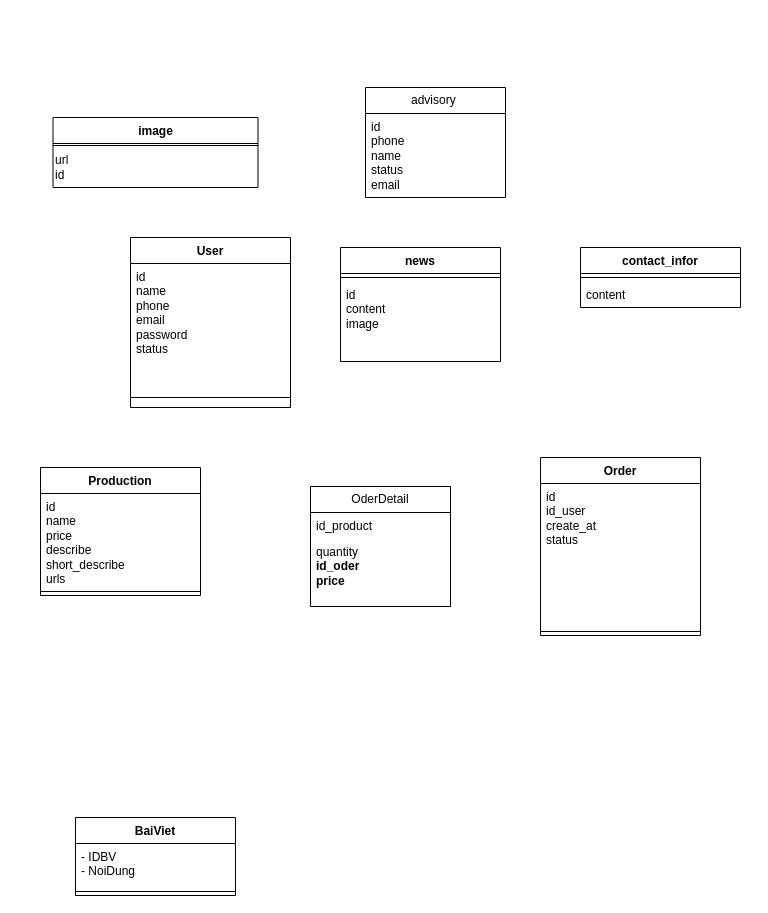
Before: lop du kien.drawio in leehoang21/uml, a draw.io diagram. Source tidied: cells renumbered, new cells numbered last; positions are measured from the earlier drawing's top-left corner, leaving out a move shared by most shapes. Both pictures are drawn from the tidied source at 100%, with x=0, y=0 at pixel (40, 87).
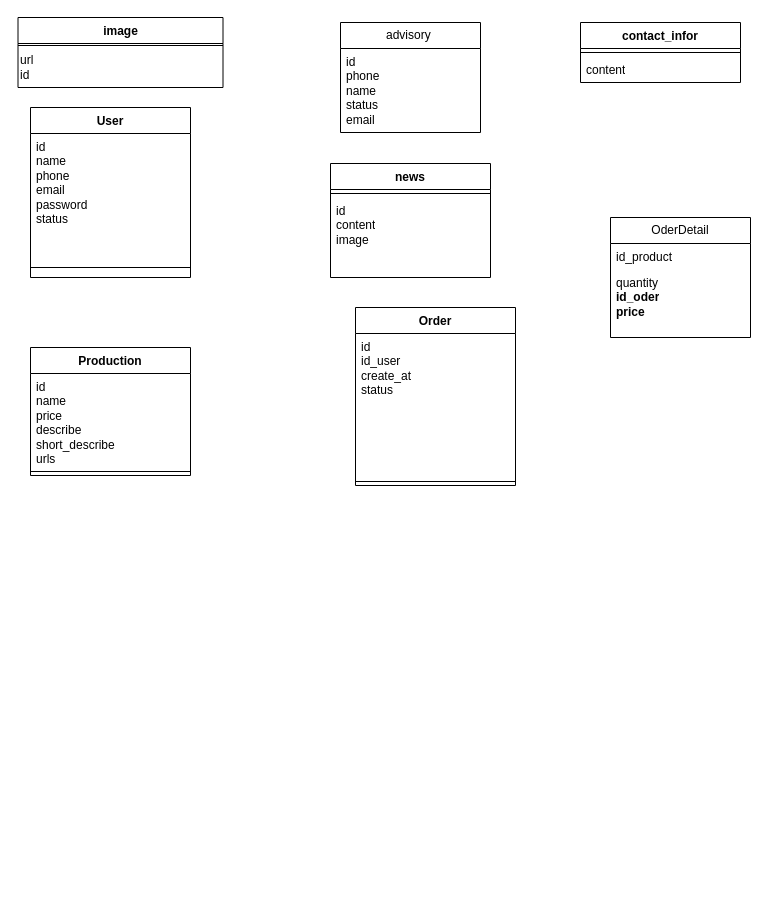
The same diagram, later.

What changed in the source:
```diff
@@
     <mxCell id="2" value="image" style="swimlane;fontStyle=1;align=center;verticalAlign=top;horizontal=1;startSize=26;whiteSpace=wrap;html=1;" parent="1" vertex="1">
-      <mxGeometry x="12.5" y="30" width="205" height="70" as="geometry" />
+      <mxGeometry x="-22.5" y="-70" width="205" height="70" as="geometry" />
     </mxCell>
@@
     <mxCell id="5" value="contact_infor" style="swimlane;fontStyle=1;align=center;verticalAlign=top;horizontal=1;startSize=26;whiteSpace=wrap;html=1;" parent="1" vertex="1">
-      <mxGeometry x="540" y="160" width="160" height="60" as="geometry" />
+      <mxGeometry x="540" y="-65" width="160" height="60" as="geometry" />
     </mxCell>
@@
     <mxCell id="8" value="User" style="swimlane;fontStyle=1;align=center;verticalAlign=top;horizontal=1;startSize=26;whiteSpace=wrap;html=1;" parent="1" vertex="1">
-      <mxGeometry x="90" y="150" width="160" height="170" as="geometry" />
+      <mxGeometry x="-10" y="20" width="160" height="170" as="geometry" />
     </mxCell>
@@
     <mxCell id="11" value="news" style="swimlane;fontStyle=1;align=center;verticalAlign=top;horizontal=1;startSize=26;whiteSpace=wrap;html=1;" parent="1" vertex="1">
-      <mxGeometry x="300" y="160" width="160" height="114" as="geometry" />
+      <mxGeometry x="290" y="76" width="160" height="114" as="geometry" />
     </mxCell>
@@
     <mxCell id="14" value="Order" style="swimlane;fontStyle=1;align=center;verticalAlign=top;horizontal=1;startSize=26;whiteSpace=wrap;html=1;" parent="1" vertex="1">
-      <mxGeometry x="500" y="370" width="160" height="178" as="geometry" />
+      <mxGeometry x="315" y="220" width="160" height="178" as="geometry" />
     </mxCell>
@@
     <mxCell id="17" value="Production" style="swimlane;fontStyle=1;align=center;verticalAlign=top;horizontal=1;startSize=26;whiteSpace=wrap;html=1;" parent="1" vertex="1">
-      <mxGeometry y="380" width="160" height="128" as="geometry" />
+      <mxGeometry x="-10" y="260" width="160" height="128" as="geometry" />
     </mxCell>
@@
-    <mxCell id="20" value="BaiViet" style="swimlane;fontStyle=1;align=center;verticalAlign=top;horizontal=1;startSize=26;whiteSpace=wrap;html=1;" parent="1" vertex="1">
-      <mxGeometry x="35" y="730" width="160" height="78" as="geometry" />
-    </mxCell>
-    <mxCell id="21" value="- IDBV&lt;br&gt;- NoiDung" style="text;strokeColor=none;fillColor=none;align=left;verticalAlign=top;spacingLeft=4;spacingRight=4;overflow=hidden;whiteSpace=wrap;html=1;" parent="20" vertex="1">
-      <mxGeometry y="26" width="160" height="44" as="geometry" />
-    </mxCell>
-    <mxCell id="22" style="line;strokeWidth=1;fillColor=none;align=left;verticalAlign=middle;spacingTop=-1;spacingLeft=3;spacingRight=3;labelPosition=right;strokeColor=inherit;" parent="20" vertex="1">
-      <mxGeometry y="70" width="160" height="8" as="geometry" />
-    </mxCell>
     <mxCell id="23" value="OderDetail" style="swimlane;fontStyle=0;horizontal=1;startSize=26;fillColor=none;whiteSpace=wrap;html=1;" parent="1" vertex="1">
-      <mxGeometry x="270" y="399" width="140" height="120" as="geometry" />
+      <mxGeometry x="570" y="130" width="140" height="120" as="geometry" />
     </mxCell>
@@
     <mxCell id="26" value="advisory&amp;nbsp;" style="swimlane;fontStyle=0;horizontal=1;startSize=26;fillColor=none;whiteSpace=wrap;html=1;" parent="1" vertex="1">
-      <mxGeometry x="325" width="140" height="110" as="geometry" />
+      <mxGeometry x="300" y="-65" width="140" height="110" as="geometry" />
     </mxCell>
```
